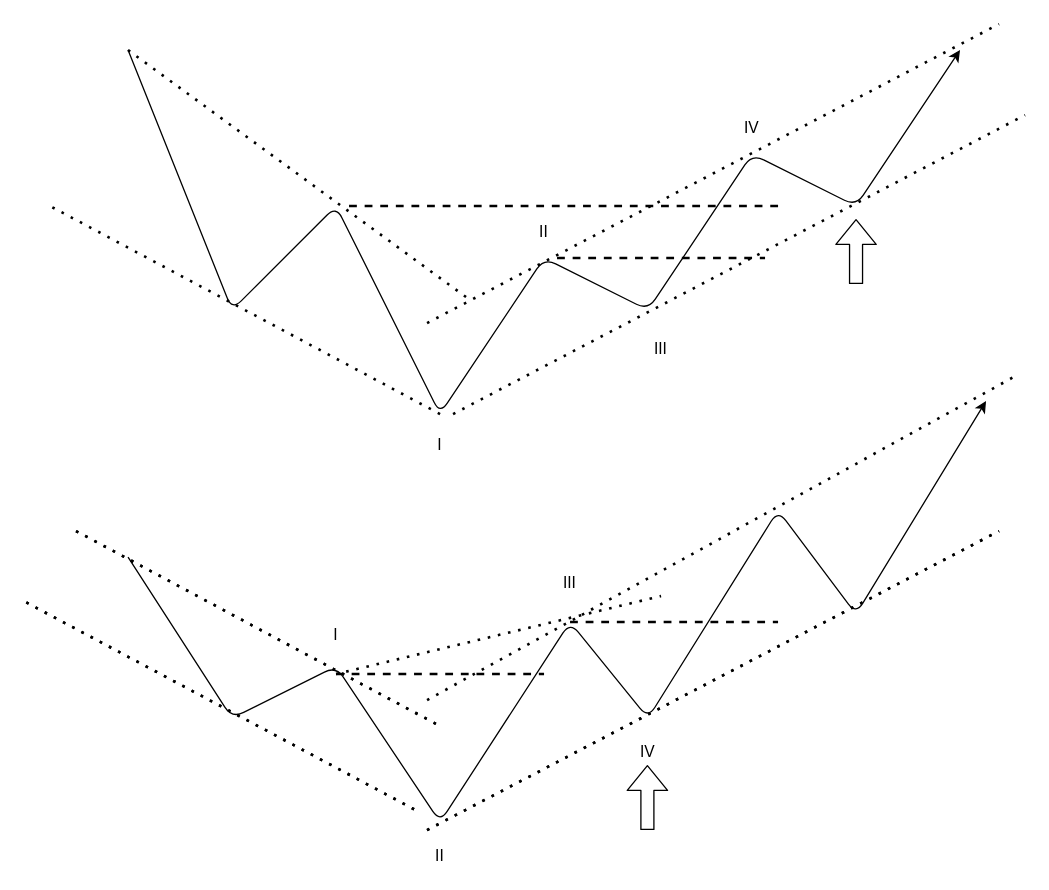
This is draws/trend reverse 1234.drawio from uzziahmogg/LithiumIndicator, a draw.io file, before an edit. Source tidied: cells renumbered, new cells numbered last; positions are measured from the earlier drawing's top-left corner, leaving out a move shared by most shapes. Both pictures are drawn from the tidied source at 130%, with x=0, y=0 at pixel (23, 23).
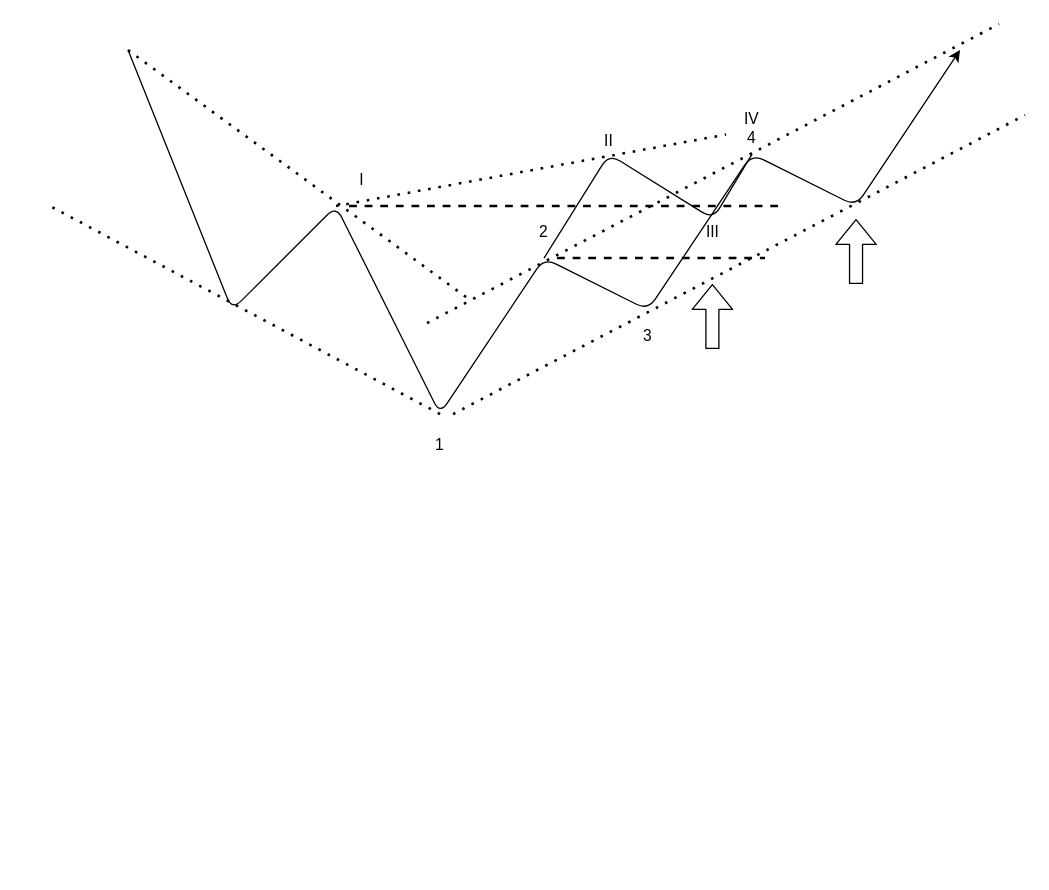
The same diagram, later.

The edit, as a diff of the source:
```diff
@@
-    <mxCell id="7" style="endArrow=classic;html=1;" parent="1" edge="1">
-      <mxGeometry relative="1" as="geometry">
-        <mxPoint x="80" y="410" as="sourcePoint" />
-        <mxPoint x="740" y="290" as="targetPoint" />
-        <Array as="points">
-          <mxPoint x="160" y="534" />
-          <mxPoint x="240" y="494" />
-          <mxPoint x="320" y="614" />
-          <mxPoint x="420" y="460" />
-          <mxPoint x="480" y="534" />
-          <mxPoint x="580" y="374" />
-          <mxPoint x="640" y="454" />
-        </Array>
-      </mxGeometry>
-    </mxCell>
-    <mxCell id="8" style="endArrow=none;dashed=1;html=1;dashPattern=1 3;strokeWidth=2;" parent="1" edge="1">
-      <mxGeometry relative="1" as="geometry">
-        <mxPoint x="310" y="620" as="sourcePoint" />
-        <mxPoint x="750" y="390" as="targetPoint" />
-      </mxGeometry>
-    </mxCell>
-    <mxCell id="9" style="endArrow=none;dashed=1;html=1;dashPattern=1 3;strokeWidth=2;" parent="1" edge="1">
-      <mxGeometry relative="1" as="geometry">
-        <mxPoint x="310" y="520" as="sourcePoint" />
-        <mxPoint x="764" y="270" as="targetPoint" />
-      </mxGeometry>
-    </mxCell>
-    <mxCell id="10" style="endArrow=none;dashed=1;html=1;dashPattern=1 3;strokeWidth=2;" parent="1" edge="1">
-      <mxGeometry relative="1" as="geometry">
-        <mxPoint x="300" y="604" as="sourcePoint" />
-        <mxPoint y="444" as="targetPoint" />
-      </mxGeometry>
-    </mxCell>
-    <mxCell id="11" style="endArrow=none;dashed=1;html=1;dashPattern=1 3;strokeWidth=2;" parent="1" edge="1">
-      <mxGeometry relative="1" as="geometry">
-        <mxPoint x="40" y="390" as="sourcePoint" />
-        <mxPoint x="320" y="540" as="targetPoint" />
-      </mxGeometry>
-    </mxCell>
-    <mxCell id="12" value="I" style="text;html=1;strokeColor=none;fillColor=none;align=center;verticalAlign=middle;whiteSpace=wrap;rounded=0;" parent="1" vertex="1">
+    <mxCell id="12" value="1" style="text;html=1;strokeColor=none;fillColor=none;align=center;verticalAlign=middle;whiteSpace=wrap;rounded=0;" parent="1" vertex="1">
       <mxGeometry x="300" y="314" width="40" height="20" as="geometry" />
     </mxCell>
-    <mxCell id="13" value="I" style="text;html=1;strokeColor=none;fillColor=none;align=center;verticalAlign=middle;whiteSpace=wrap;rounded=0;" parent="1" vertex="1">
-      <mxGeometry x="220" y="460" width="40" height="20" as="geometry" />
-    </mxCell>
-    <mxCell id="14" style="endArrow=none;dashed=1;html=1;dashPattern=1 3;strokeWidth=2;" parent="1" edge="1">
-      <mxGeometry relative="1" as="geometry">
-        <mxPoint x="310" y="620" as="sourcePoint" />
-        <mxPoint x="750" y="390" as="targetPoint" />
-      </mxGeometry>
-    </mxCell>
-    <mxCell id="15" style="endArrow=none;dashed=1;html=1;dashPattern=1 3;strokeWidth=2;" parent="1" edge="1">
-      <mxGeometry relative="1" as="geometry">
-        <mxPoint x="300" y="604" as="sourcePoint" />
-        <mxPoint y="444" as="targetPoint" />
-      </mxGeometry>
-    </mxCell>
-    <mxCell id="16" style="endArrow=none;dashed=1;html=1;dashPattern=1 3;strokeWidth=2;" parent="1" edge="1">
-      <mxGeometry relative="1" as="geometry">
-        <mxPoint x="40" y="390" as="sourcePoint" />
-        <mxPoint x="320" y="540" as="targetPoint" />
-      </mxGeometry>
-    </mxCell>
-    <mxCell id="17" value="II" style="text;html=1;strokeColor=none;fillColor=none;align=center;verticalAlign=middle;whiteSpace=wrap;rounded=0;" parent="1" vertex="1">
-      <mxGeometry x="300" y="630" width="40" height="20" as="geometry" />
-    </mxCell>
-    <mxCell id="18" value="II" style="text;html=1;strokeColor=none;fillColor=none;align=center;verticalAlign=middle;whiteSpace=wrap;rounded=0;" parent="1" vertex="1">
+    <mxCell id="18" value="2" style="text;html=1;strokeColor=none;fillColor=none;align=center;verticalAlign=middle;whiteSpace=wrap;rounded=0;" parent="1" vertex="1">
       <mxGeometry x="380" y="150" width="40" height="20" as="geometry" />
     </mxCell>
-    <mxCell id="19" value="III" style="text;html=1;strokeColor=none;fillColor=none;align=center;verticalAlign=middle;whiteSpace=wrap;rounded=0;" parent="1" vertex="1">
-      <mxGeometry x="470" y="240" width="40" height="20" as="geometry" />
+    <mxCell id="19" value="3" style="text;html=1;strokeColor=none;fillColor=none;align=center;verticalAlign=middle;whiteSpace=wrap;rounded=0;" parent="1" vertex="1">
+      <mxGeometry x="460" y="230" width="40" height="20" as="geometry" />
     </mxCell>
-    <mxCell id="20" value="III" style="text;html=1;strokeColor=none;fillColor=none;align=center;verticalAlign=middle;whiteSpace=wrap;rounded=0;" parent="1" vertex="1">
-      <mxGeometry x="400" y="420" width="40" height="20" as="geometry" />
-    </mxCell>
-    <mxCell id="21" value="IV" style="text;html=1;strokeColor=none;fillColor=none;align=center;verticalAlign=middle;whiteSpace=wrap;rounded=0;" parent="1" vertex="1">
-      <mxGeometry x="460" y="550" width="40" height="20" as="geometry" />
-    </mxCell>
-    <mxCell id="22" value="IV" style="text;html=1;strokeColor=none;fillColor=none;align=center;verticalAlign=middle;whiteSpace=wrap;rounded=0;" parent="1" vertex="1">
+    <mxCell id="22" value="IV&lt;br&gt;4" style="text;html=1;strokeColor=none;fillColor=none;align=center;verticalAlign=middle;whiteSpace=wrap;rounded=0;" parent="1" vertex="1">
       <mxGeometry x="540" y="70" width="40" height="20" as="geometry" />
     </mxCell>
@@
-    <mxCell id="24" style="shape=flexArrow;endArrow=classic;html=1;" parent="1" edge="1">
-      <mxGeometry relative="1" as="geometry">
-        <mxPoint x="479.5" y="620" as="sourcePoint" />
-        <mxPoint x="479.5" y="570" as="targetPoint" />
-      </mxGeometry>
-    </mxCell>
-    <mxCell id="25" style="endArrow=none;dashed=1;html=1;strokeWidth=2;" parent="1" edge="1">
-      <mxGeometry relative="1" as="geometry">
-        <mxPoint x="240" y="500" as="sourcePoint" />
-        <mxPoint x="400" y="500" as="targetPoint" />
-      </mxGeometry>
-    </mxCell>
@@
-    <mxCell id="28" style="endArrow=none;dashed=1;html=1;strokeWidth=2;" parent="1" edge="1">
-      <mxGeometry relative="1" as="geometry">
-        <mxPoint x="420" y="460" as="sourcePoint" />
-        <mxPoint x="580" y="460" as="targetPoint" />
-      </mxGeometry>
-    </mxCell>
-    <mxCell id="29" style="endArrow=none;dashed=1;html=1;dashPattern=1 3;strokeWidth=2;" parent="1" edge="1">
-      <mxGeometry relative="1" as="geometry">
-        <mxPoint x="240" y="500" as="sourcePoint" />
-        <mxPoint x="490" y="440" as="targetPoint" />
-      </mxGeometry>
-    </mxCell>
+    <mxCell id="30" style="endArrow=none;html=1;" parent="1" edge="1">
+      <mxGeometry relative="1" as="geometry">
+        <mxPoint x="400" y="180" as="sourcePoint" />
+        <mxPoint x="560" y="100" as="targetPoint" />
+        <Array as="points">
+          <mxPoint x="450" y="100" />
+          <mxPoint x="530" y="150" />
+        </Array>
+      </mxGeometry>
+    </mxCell>
+    <mxCell id="13" value="I" style="text;html=1;strokeColor=none;fillColor=none;align=center;verticalAlign=middle;whiteSpace=wrap;rounded=0;" parent="1" vertex="1">
+      <mxGeometry x="240" y="110" width="40" height="20" as="geometry" />
+    </mxCell>
+    <mxCell id="17" value="II" style="text;html=1;strokeColor=none;fillColor=none;align=center;verticalAlign=middle;whiteSpace=wrap;rounded=0;" parent="1" vertex="1">
+      <mxGeometry x="430" y="80" width="40" height="20" as="geometry" />
+    </mxCell>
+    <mxCell id="20" value="III" style="text;html=1;strokeColor=none;fillColor=none;align=center;verticalAlign=middle;whiteSpace=wrap;rounded=0;" parent="1" vertex="1">
+      <mxGeometry x="510" y="150" width="40" height="20" as="geometry" />
+    </mxCell>
+    <mxCell id="31" style="shape=flexArrow;endArrow=classic;html=1;" parent="1" edge="1">
+      <mxGeometry relative="1" as="geometry">
+        <mxPoint x="529.5" y="250" as="sourcePoint" />
+        <mxPoint x="529.5" y="200" as="targetPoint" />
+      </mxGeometry>
+    </mxCell>
+    <mxCell id="32" style="endArrow=none;dashed=1;html=1;dashPattern=1 3;strokeWidth=2;entryX=0;entryY=0.75;entryDx=0;entryDy=0;" parent="1" edge="1" target="22">
+      <mxGeometry relative="1" as="geometry">
+        <mxPoint x="240" y="140" as="sourcePoint" />
+      </mxGeometry>
+    </mxCell>
```
